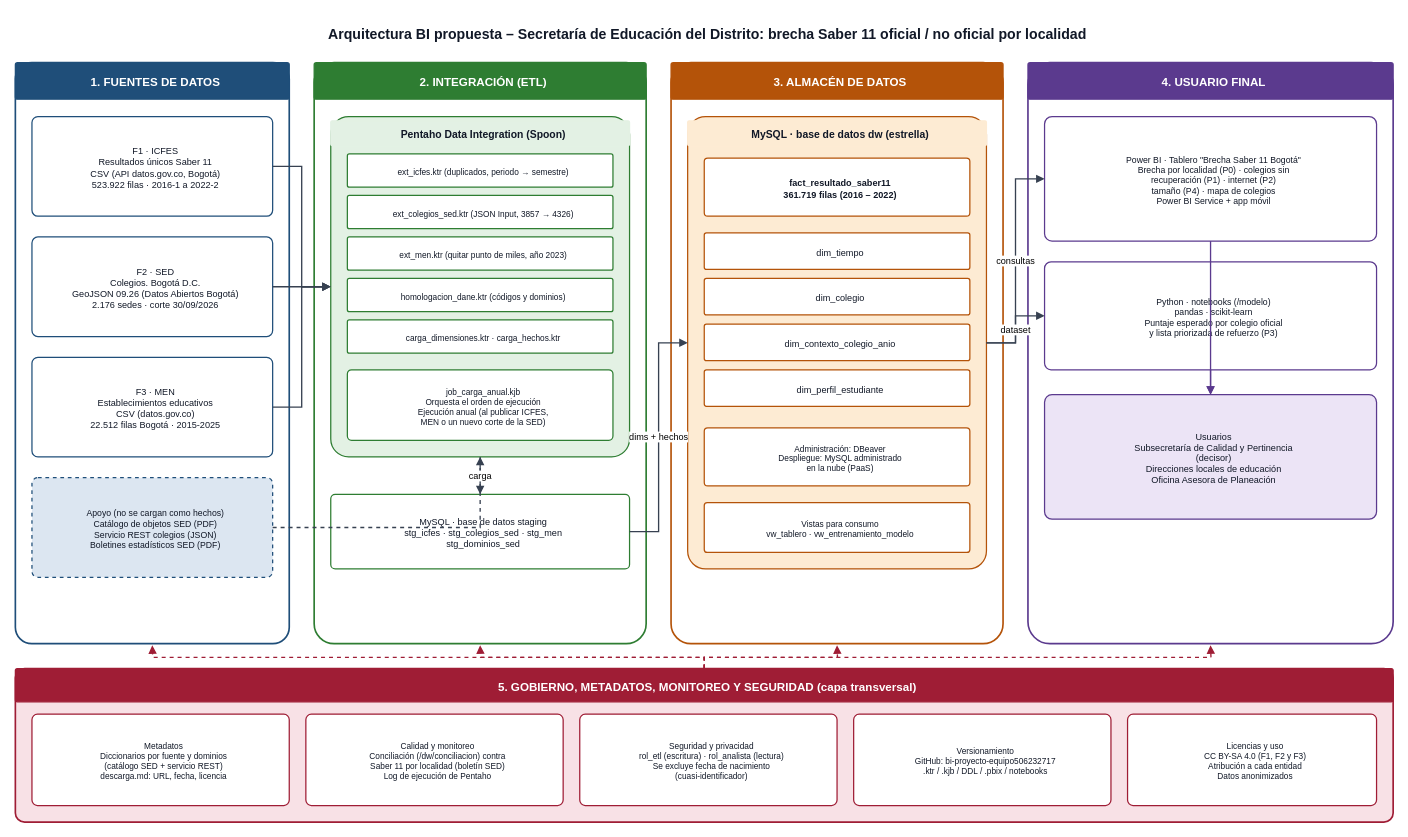
Earlier version of the draw.io diagram docs/diagramas/arquitectura_5_capas.drawio (KamiroDark/bi-proyecto-equipo506232717). Source tidied: cells renumbered, new cells numbered last; positions are measured from the earlier drawing's top-left corner, leaving out a move shared by most shapes. Both pictures are drawn from the tidied source at 83%, with x=0, y=0 at pixel (15, 14).
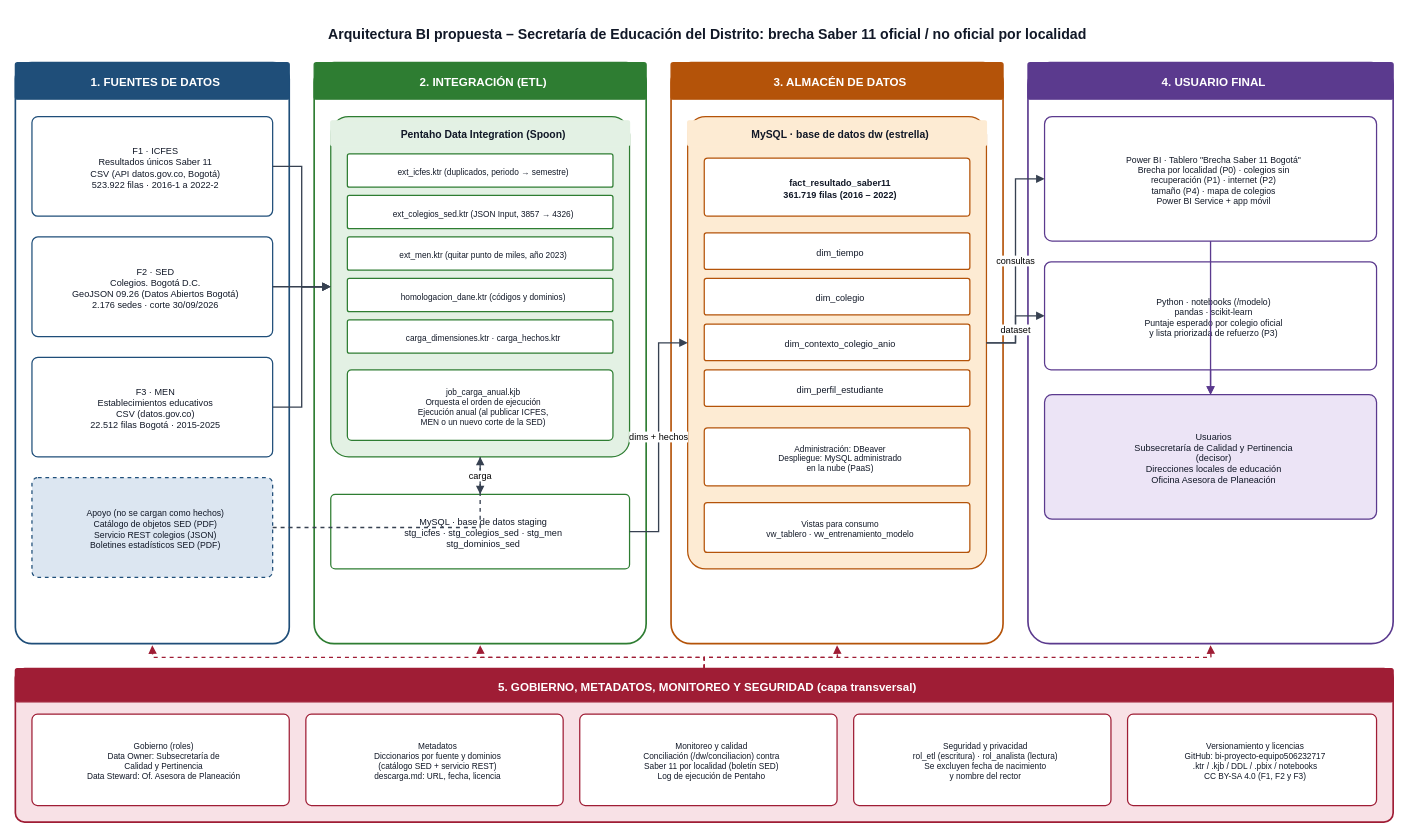
Above is the later version.

The edit, as a diff of the source:
```diff
@@
-    <mxCell id="38" value="Metadatos&lt;br&gt;Diccionarios por fuente y dominios&lt;br&gt;(catálogo SED + servicio REST)&lt;br&gt;descarga.md: URL, fecha, licencia" style="rounded=1;whiteSpace=wrap;html=1;fillColor=#FFFFFF;strokeColor=#9F1D35;fontSize=10;align=center;verticalAlign=middle;fontColor=#111827;spacingLeft=8;spacingTop=4;arcSize=6;strokeWidth=1.5;" parent="1" vertex="1">
+    <mxCell id="38" value="Gobierno (roles)&lt;br&gt;Data Owner: Subsecretaría de&lt;br&gt;Calidad y Pertinencia&lt;br&gt;Data Steward: Of. Asesora de Planeación" style="rounded=1;whiteSpace=wrap;html=1;fillColor=#FFFFFF;strokeColor=#9F1D35;fontSize=10;align=center;verticalAlign=middle;fontColor=#111827;spacingLeft=8;spacingTop=4;arcSize=6;strokeWidth=1.5;" parent="1" vertex="1">
       <mxGeometry x="20" y="843" width="310" height="110" as="geometry" />
     </mxCell>
-    <mxCell id="39" value="Calidad y monitoreo&lt;br&gt;Conciliación (/dw/conciliacion) contra&lt;br&gt;Saber 11 por localidad (boletín SED)&lt;br&gt;Log de ejecución de Pentaho" style="rounded=1;whiteSpace=wrap;html=1;fillColor=#FFFFFF;strokeColor=#9F1D35;fontSize=10;align=center;verticalAlign=middle;fontColor=#111827;spacingLeft=8;spacingTop=4;arcSize=6;strokeWidth=1.5;" parent="1" vertex="1">
+    <mxCell id="39" value="Metadatos&lt;br&gt;Diccionarios por fuente y dominios&lt;br&gt;(catálogo SED + servicio REST)&lt;br&gt;descarga.md: URL, fecha, licencia" style="rounded=1;whiteSpace=wrap;html=1;fillColor=#FFFFFF;strokeColor=#9F1D35;fontSize=10;align=center;verticalAlign=middle;fontColor=#111827;spacingLeft=8;spacingTop=4;arcSize=6;strokeWidth=1.5;" parent="1" vertex="1">
       <mxGeometry x="350" y="843" width="310" height="110" as="geometry" />
     </mxCell>
-    <mxCell id="40" value="Seguridad y privacidad&lt;br&gt;rol_etl (escritura) · rol_analista (lectura)&lt;br&gt;Se excluye fecha de nacimiento&lt;br&gt;(cuasi-identificador)" style="rounded=1;whiteSpace=wrap;html=1;fillColor=#FFFFFF;strokeColor=#9F1D35;fontSize=10;align=center;verticalAlign=middle;fontColor=#111827;spacingLeft=8;spacingTop=4;arcSize=6;strokeWidth=1.5;" parent="1" vertex="1">
+    <mxCell id="40" value="Monitoreo y calidad&lt;br&gt;Conciliación (/dw/conciliacion) contra&lt;br&gt;Saber 11 por localidad (boletín SED)&lt;br&gt;Log de ejecución de Pentaho" style="rounded=1;whiteSpace=wrap;html=1;fillColor=#FFFFFF;strokeColor=#9F1D35;fontSize=10;align=center;verticalAlign=middle;fontColor=#111827;spacingLeft=8;spacingTop=4;arcSize=6;strokeWidth=1.5;" parent="1" vertex="1">
       <mxGeometry x="680" y="843" width="310" height="110" as="geometry" />
     </mxCell>
-    <mxCell id="41" value="Versionamiento&lt;br&gt;GitHub: bi-proyecto-equipo506232717&lt;br&gt;.ktr / .kjb / DDL / .pbix / notebooks" style="rounded=1;whiteSpace=wrap;html=1;fillColor=#FFFFFF;strokeColor=#9F1D35;fontSize=10;align=center;verticalAlign=middle;fontColor=#111827;spacingLeft=8;spacingTop=4;arcSize=6;strokeWidth=1.5;" parent="1" vertex="1">
+    <mxCell id="41" value="Seguridad y privacidad&lt;br&gt;rol_etl (escritura) · rol_analista (lectura)&lt;br&gt;Se excluyen fecha de nacimiento&lt;br&gt;y nombre del rector" style="rounded=1;whiteSpace=wrap;html=1;fillColor=#FFFFFF;strokeColor=#9F1D35;fontSize=10;align=center;verticalAlign=middle;fontColor=#111827;spacingLeft=8;spacingTop=4;arcSize=6;strokeWidth=1.5;" parent="1" vertex="1">
       <mxGeometry x="1010" y="843" width="310" height="110" as="geometry" />
     </mxCell>
-    <mxCell id="42" value="Licencias y uso&lt;br&gt;CC BY-SA 4.0 (F1, F2 y F3)&lt;br&gt;Atribución a cada entidad&lt;br&gt;Datos anonimizados" style="rounded=1;whiteSpace=wrap;html=1;fillColor=#FFFFFF;strokeColor=#9F1D35;fontSize=10;align=center;verticalAlign=middle;fontColor=#111827;spacingLeft=8;spacingTop=4;arcSize=6;strokeWidth=1.5;" parent="1" vertex="1">
+    <mxCell id="42" value="Versionamiento y licencias&lt;br&gt;GitHub: bi-proyecto-equipo506232717&lt;br&gt;.ktr / .kjb / DDL / .pbix / notebooks&lt;br&gt;CC BY-SA 4.0 (F1, F2 y F3)" style="rounded=1;whiteSpace=wrap;html=1;fillColor=#FFFFFF;strokeColor=#9F1D35;fontSize=10;align=center;verticalAlign=middle;fontColor=#111827;spacingLeft=8;spacingTop=4;arcSize=6;strokeWidth=1.5;" parent="1" vertex="1">
       <mxGeometry x="1340" y="843" width="300" height="110" as="geometry" />
     </mxCell>
```
